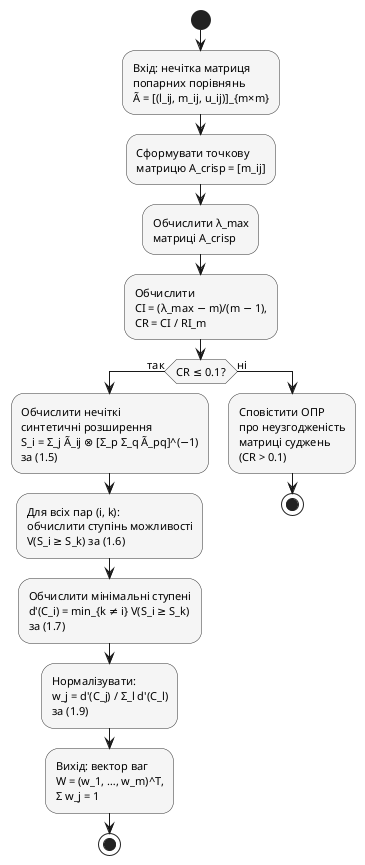
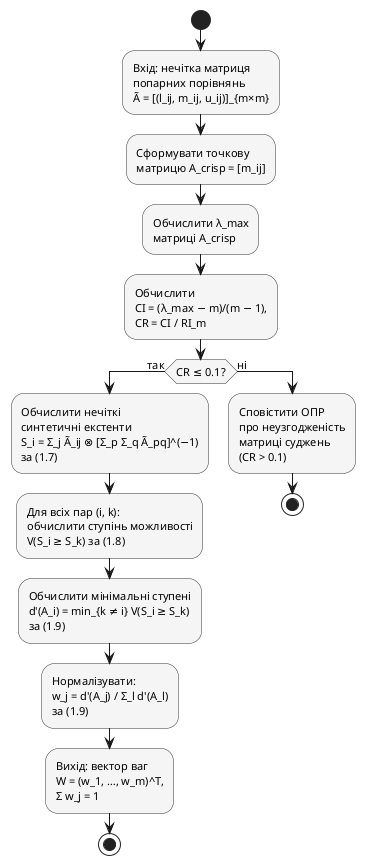
@startuml
' Рис. 2.9. Діаграма активностей алгоритму Fuzzy AHP
skinparam shadowing false
skinparam defaultFontName "Times New Roman"
skinparam defaultFontSize 11
skinparam activity {
    BackgroundColor #f5f5f5
    BorderColor #333333
}
skinparam activityDiamond {
    BackgroundColor #f5f5f5
    BorderColor #333333
}

start
:Вхід: нечітка матриця\nпопарних порівнянь\nÃ = [(l_ij, m_ij, u_ij)]_{m×m};

:Сформувати точкову\nматрицю A_crisp = [m_ij];

:Обчислити λ_max\nматриці A_crisp;

:Обчислити\nCI = (λ_max − m)/(m − 1),\nCR = CI / RI_m;

if (CR ≤ 0.1?) then (так)
-     :Обчислити нечіткі\nсинтетичні розширення\nS_i = Σ_j Ã_ij ⊗ [Σ_p Σ_q Ã_pq]^(−1)\nза (1.5);
+     :Обчислити нечіткі\nсинтетичні екстенти\nS_i = Σ_j Ã_ij ⊗ [Σ_p Σ_q Ã_pq]^(−1)\nза (1.7);

-     :Для всіх пар (i, k):\nобчислити ступінь можливості\nV(S_i ≥ S_k) за (1.6);
+     :Для всіх пар (i, k):\nобчислити ступінь можливості\nV(S_i ≥ S_k) за (1.8);

-     :Обчислити мінімальні ступені\nd'(C_i) = min_{k ≠ i} V(S_i ≥ S_k)\nза (1.7);
+     :Обчислити мінімальні ступені\nd'(A_i) = min_{k ≠ i} V(S_i ≥ S_k)\nза (1.9);

-     :Нормалізувати:\nw_j = d'(C_j) / Σ_l d'(C_l)\nза (1.9);
+     :Нормалізувати:\nw_j = d'(A_j) / Σ_l d'(A_l)\nза (1.9);

    :Вихід: вектор ваг\nW = (w_1, …, w_m)^T,\nΣ w_j = 1;
    stop
else (ні)
    :Сповістити ОПР\nпро неузгодженість\nматриці суджень\n(CR > 0.1);
    stop
endif

@enduml
